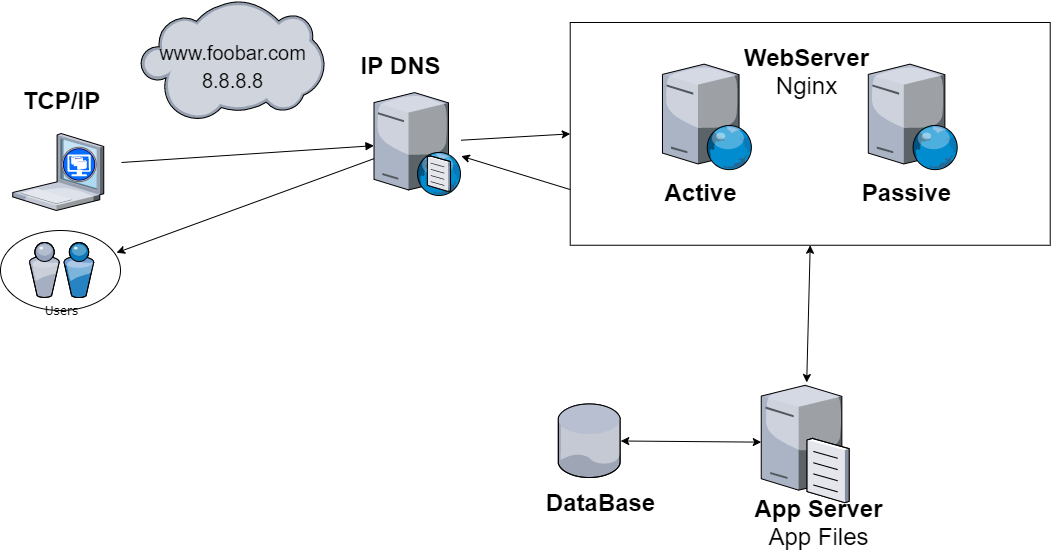
Above: 0x09-web_infrastructure_design/1-distributed_web_infrastructure.png in Leidysalda/holberton-system_engineering-devops (draw.io), before the change. Source tidied: cells renumbered, new cells last; positions are measured from the earlier drawing's top-left corner, leaving out a move shared by most shapes.
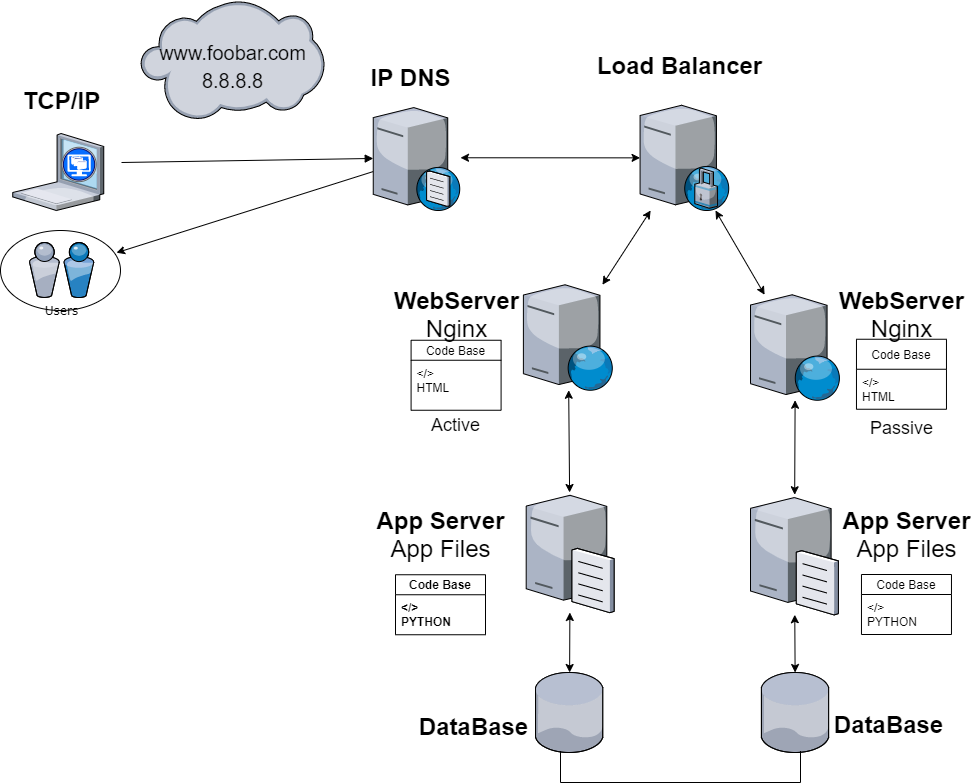
Above is the later version.

Commit message:
Add DataBase and Load Balancer

What changed in the source:
```diff
@@ -2,9 +2,6 @@
   <root>
     <mxCell id="0" />
     <mxCell id="1" parent="0" />
-    <mxCell id="2" style="rounded=0;whiteSpace=wrap;html=1;" parent="1" vertex="1">
-      <mxGeometry x="569.7" y="22" width="480" height="222.8" as="geometry" />
-    </mxCell>
     <mxCell id="3" style="ellipse;whiteSpace=wrap;html=1;" parent="1" vertex="1">
       <mxGeometry y="230" width="120" height="80" as="geometry" />
     </mxCell>
@@ -28,55 +25,112 @@
       <mxGeometry x="11" y="80" width="100" height="40" as="geometry" />
     </mxCell>
     <mxCell id="9" style="verticalLabelPosition=bottom;html=1;verticalAlign=top;strokeColor=none;align=center;outlineConnect=0;shape=mxgraph.citrix.web_server;fontColor=none;" parent="1" vertex="1">
-      <mxGeometry x="662" y="63.6" width="89.7" height="105.5" as="geometry" />
+      <mxGeometry x="522.9" y="284.2" width="89.7" height="105.5" as="geometry" />
     </mxCell>
     <mxCell id="10" style="verticalLabelPosition=bottom;html=1;verticalAlign=top;strokeColor=none;align=center;shape=mxgraph.citrix.cloud;fontColor=none;" parent="1" vertex="1">
       <mxGeometry x="140" width="183.9" height="120" as="geometry" />
     </mxCell>
     <mxCell id="11" style="verticalLabelPosition=bottom;html=1;verticalAlign=top;strokeColor=none;align=center;outlineConnect=0;shape=mxgraph.citrix.dns_server;fontColor=none;" parent="1" vertex="1">
-      <mxGeometry x="373.5" y="89.5" width="87.2" height="105.5" as="geometry" />
+      <mxGeometry x="372.8" y="104.5" width="87.2" height="105.5" as="geometry" />
     </mxCell>
     <mxCell id="12" value="IP DNS&lt;span style=&quot;color: rgba(0 , 0 , 0 , 0) ; font-family: monospace ; font-size: 0px ; font-weight: 400&quot;&gt;%3CmxGraphModel%3E%3Croot%3E%3CmxCell%20id%3D%220%22%2F%3E%3CmxCell%20id%3D%221%22%20parent%3D%220%22%2F%3E%3CmxCell%20id%3D%222%22%20value%3D%22%22%20style%3D%22endArrow%3Dclassic%3Bhtml%3D1%3BfontColor%3Dnone%3BentryX%3D0.979%3BentryY%3D1.009%3BentryDx%3D0%3BentryDy%3D0%3BentryPerimeter%3D0%3BexitX%3D0.694%3BexitY%3D0.385%3BexitDx%3D0%3BexitDy%3D0%3BexitPerimeter%3D0%3B%22%20edge%3D%221%22%20parent%3D%221%22%3E%3CmxGeometry%20width%3D%2250%22%20height%3D%2250%22%20relative%3D%221%22%20as%3D%22geometry%22%3E%3CmxPoint%20x%3D%221690.1099999999997%22%20y%3D%22180.03999999999996%22%20as%3D%22sourcePoint%22%2F%3E%3CmxPoint%20x%3D%221126.6350000000002%22%20y%3D%22153.29649999999992%22%20as%3D%22targetPoint%22%2F%3E%3C%2FmxGeometry%3E%3C%2FmxCell%3E%3C%2Froot%3E%3C%2FmxGraphModel%3E&lt;/span&gt;" style="text;strokeColor=none;fillColor=none;html=1;fontSize=24;fontStyle=1;verticalAlign=middle;align=center;" parent="1" vertex="1">
-      <mxGeometry x="350" y="45" width="100" height="40" as="geometry" />
+      <mxGeometry x="360" y="57.2" width="100" height="40" as="geometry" />
     </mxCell>
-    <mxCell id="13" style="endArrow=classic;html=1;fontColor=none;entryX=0;entryY=0.5;entryDx=0;entryDy=0;" parent="1" edge="1" source="11" target="2">
-      <mxGeometry relative="1" as="geometry" />
-    </mxCell>
     <mxCell id="14" style="verticalLabelPosition=bottom;html=1;verticalAlign=top;strokeColor=none;align=center;outlineConnect=0;shape=mxgraph.citrix.file_server;fontColor=none;" parent="1" vertex="1">
-      <mxGeometry x="760.8" y="382" width="87.8" height="120" as="geometry" />
+      <mxGeometry x="525.7" y="492" width="87.8" height="120" as="geometry" />
     </mxCell>
-    <mxCell id="15" value="App Server&lt;span style=&quot;font-weight: normal&quot;&gt;&lt;br&gt;App Files&lt;/span&gt;" style="text;strokeColor=none;fillColor=none;html=1;fontSize=24;fontStyle=1;verticalAlign=middle;align=center;" parent="1" vertex="1">
-      <mxGeometry x="767.8" y="502" width="100" height="40" as="geometry" />
-    </mxCell>
     <mxCell id="16" style="verticalLabelPosition=bottom;html=1;verticalAlign=top;strokeColor=none;align=center;outlineConnect=0;shape=mxgraph.citrix.database;fontColor=none;" parent="1" vertex="1">
-      <mxGeometry x="557.8" y="403.5" width="62.5" height="73.5" as="geometry" />
+      <mxGeometry x="535" y="672" width="68" height="80" as="geometry" />
     </mxCell>
     <mxCell id="17" style="endArrow=classic;startArrow=classic;html=1;fontColor=none;" parent="1" edge="1" source="16" target="14">
       <mxGeometry relative="1" as="geometry" />
     </mxCell>
     <mxCell id="18" value="DataBase" style="text;strokeColor=none;fillColor=none;html=1;fontSize=24;fontStyle=1;verticalAlign=middle;align=center;" parent="1" vertex="1">
-      <mxGeometry x="550" y="482" width="100" height="40" as="geometry" />
+      <mxGeometry x="422.9" y="705.5" width="100" height="40" as="geometry" />
     </mxCell>
     <mxCell id="19" value="WebServer&lt;br&gt;&lt;span style=&quot;font-weight: normal&quot;&gt;Nginx&lt;/span&gt;" style="text;strokeColor=none;fillColor=none;html=1;fontSize=24;fontStyle=1;verticalAlign=middle;align=center;" parent="1" vertex="1">
-      <mxGeometry x="755.9" y="50.9" width="100" height="40" as="geometry" />
+      <mxGeometry x="405.6" y="294.2" width="100" height="40" as="geometry" />
     </mxCell>
     <mxCell id="20" style="verticalLabelPosition=bottom;html=1;verticalAlign=top;strokeColor=none;align=center;outlineConnect=0;shape=mxgraph.citrix.web_server;fontColor=none;" parent="1" vertex="1">
-      <mxGeometry x="867.8" y="63.6" width="89.7" height="105.5" as="geometry" />
+      <mxGeometry x="750" y="294.2" width="89.7" height="105.5" as="geometry" />
     </mxCell>
     <mxCell id="21" value="&lt;span style=&quot;font-weight: normal&quot;&gt;&lt;font style=&quot;font-size: 20px&quot;&gt;www.foobar.com&lt;br&gt;8.8.8.8&lt;br&gt;&lt;/font&gt;&lt;/span&gt;" style="text;strokeColor=none;fillColor=none;html=1;fontSize=24;fontStyle=1;verticalAlign=middle;align=center;" parent="1" vertex="1">
       <mxGeometry x="181.9" y="32.8" width="100" height="64.5" as="geometry" />
     </mxCell>
-    <mxCell id="22" style="endArrow=classic;startArrow=classic;html=1;entryX=0.5;entryY=1;entryDx=0;entryDy=0;" parent="1" edge="1" source="14" target="2">
-      <mxGeometry relative="1" as="geometry" />
-    </mxCell>
+    <mxCell id="24" value="&lt;font style=&quot;font-weight: normal ; font-size: 18px&quot;&gt;Passive&lt;/font&gt;" style="text;strokeColor=none;fillColor=none;html=1;fontSize=24;fontStyle=1;verticalAlign=middle;align=center;" parent="1" vertex="1">
+      <mxGeometry x="851" y="404.8" width="100" height="40" as="geometry" />
+    </mxCell>
+    <mxCell id="26" style="endArrow=classic;startArrow=classic;html=1;" parent="1" edge="1" source="11" target="30">
+      <mxGeometry relative="1" as="geometry" />
+    </mxCell>
+    <mxCell id="27" value="WebServer&lt;br&gt;&lt;span style=&quot;font-weight: normal&quot;&gt;Nginx&lt;/span&gt;" style="text;strokeColor=none;fillColor=none;html=1;fontSize=24;fontStyle=1;verticalAlign=middle;align=center;" parent="1" vertex="1">
+      <mxGeometry x="851" y="294.2" width="100" height="40" as="geometry" />
+    </mxCell>
+    <mxCell id="28" style="verticalLabelPosition=bottom;html=1;verticalAlign=top;strokeColor=none;align=center;outlineConnect=0;shape=mxgraph.citrix.file_server;fontColor=none;" parent="1" vertex="1">
+      <mxGeometry x="750" y="494.2" width="87.8" height="120" as="geometry" />
+    </mxCell>
+    <mxCell id="29" value="App Server&lt;span style=&quot;font-weight: normal&quot;&gt;&lt;br&gt;App Files&lt;/span&gt;" style="text;strokeColor=none;fillColor=none;html=1;fontSize=24;fontStyle=1;verticalAlign=middle;align=center;" parent="1" vertex="1">
+      <mxGeometry x="856" y="514.2" width="100" height="40" as="geometry" />
+    </mxCell>
+    <mxCell id="30" style="verticalLabelPosition=bottom;html=1;verticalAlign=top;strokeColor=none;align=center;outlineConnect=0;shape=mxgraph.citrix.proxy_server;" parent="1" vertex="1">
+      <mxGeometry x="639.6" y="104.8" width="89.5" height="105.2" as="geometry" />
+    </mxCell>
+    <mxCell id="31" style="endArrow=classic;startArrow=classic;html=1;" parent="1" edge="1" source="20" target="30">
+      <mxGeometry relative="1" as="geometry" />
+    </mxCell>
+    <mxCell id="32" style="endArrow=classic;startArrow=classic;html=1;" parent="1" edge="1" source="9" target="30">
+      <mxGeometry relative="1" as="geometry" />
+    </mxCell>
+    <mxCell id="33" value="Load Balancer" style="text;strokeColor=none;fillColor=none;html=1;fontSize=24;fontStyle=1;verticalAlign=middle;align=center;" parent="1" vertex="1">
+      <mxGeometry x="629" y="45" width="100" height="40" as="geometry" />
+    </mxCell>
+    <mxCell id="34" style="endArrow=classic;startArrow=classic;html=1;" parent="1" edge="1" source="14" target="9">
+      <mxGeometry relative="1" as="geometry" />
+    </mxCell>
+    <mxCell id="35" style="endArrow=classic;startArrow=classic;html=1;" parent="1" edge="1" source="28" target="20">
+      <mxGeometry relative="1" as="geometry" />
+    </mxCell>
+    <mxCell id="36" style="verticalLabelPosition=bottom;html=1;verticalAlign=top;strokeColor=none;align=center;outlineConnect=0;shape=mxgraph.citrix.database;fontColor=none;" parent="1" vertex="1">
+      <mxGeometry x="760.8" y="672" width="68" height="80" as="geometry" />
+    </mxCell>
+    <mxCell id="37" value="DataBase" style="text;strokeColor=none;fillColor=none;html=1;fontSize=24;fontStyle=1;verticalAlign=middle;align=center;" parent="1" vertex="1">
+      <mxGeometry x="837.8" y="704" width="100" height="40" as="geometry" />
+    </mxCell>
+    <mxCell id="38" style="endArrow=classic;startArrow=classic;html=1;" parent="1" edge="1" source="28" target="36">
+      <mxGeometry relative="1" as="geometry" />
+    </mxCell>
+    <mxCell id="39" value="App Server&lt;span style=&quot;font-weight: normal&quot;&gt;&lt;br&gt;App Files&lt;/span&gt;" style="text;strokeColor=none;fillColor=none;html=1;fontSize=24;fontStyle=1;verticalAlign=middle;align=center;" parent="1" vertex="1">
+      <mxGeometry x="390" y="514.2" width="100" height="40" as="geometry" />
+    </mxCell>
+    <mxCell id="40" value="Code Base" style="swimlane;fontStyle=0;horizontal=1;startSize=20;fillColor=none;" parent="1" vertex="1">
+      <mxGeometry x="861" y="574" width="90" height="60" as="geometry" />
+    </mxCell>
+    <mxCell id="41" value="&lt;/&gt;&#10;PYTHON" style="text;strokeColor=none;fillColor=none;align=left;verticalAlign=top;spacingLeft=4;spacingRight=4;overflow=hidden;" parent="40" vertex="1">
+      <mxGeometry y="20" width="90" height="40" as="geometry" />
+    </mxCell>
+    <mxCell id="42" value="Code Base" style="swimlane;fontStyle=0;horizontal=1;startSize=20;fillColor=none;" parent="1" vertex="1">
+      <mxGeometry x="410.6" y="339.8" width="90" height="70" as="geometry" />
+    </mxCell>
+    <mxCell id="43" value="&lt;/&gt;&#10;HTML" style="text;strokeColor=none;fillColor=none;align=left;verticalAlign=top;spacingLeft=4;spacingRight=4;overflow=hidden;" parent="42" vertex="1">
+      <mxGeometry y="20" width="90" height="50" as="geometry" />
+    </mxCell>
-    <mxCell id="23" value="Active" style="text;strokeColor=none;fillColor=none;html=1;fontSize=24;fontStyle=1;verticalAlign=middle;align=center;" parent="1" vertex="1">
-      <mxGeometry x="650" y="172" width="100" height="40" as="geometry" />
+    <mxCell id="23" value="&lt;font style=&quot;font-weight: normal ; font-size: 18px&quot;&gt;Active&lt;/font&gt;" style="text;strokeColor=none;fillColor=none;html=1;fontSize=24;fontStyle=1;verticalAlign=middle;align=center;" parent="1" vertex="1">
+      <mxGeometry x="404.5" y="402" width="100" height="40" as="geometry" />
     </mxCell>
-    <mxCell id="24" value="Passive" style="text;strokeColor=none;fillColor=none;html=1;fontSize=24;fontStyle=1;verticalAlign=middle;align=center;" parent="1" vertex="1">
-      <mxGeometry x="855.9" y="172" width="100" height="40" as="geometry" />
-    </mxCell>
-    <mxCell id="25" style="endArrow=classic;html=1;exitX=0;exitY=0.75;exitDx=0;exitDy=0;" parent="1" edge="1" source="2" target="11">
-      <mxGeometry relative="1" as="geometry" />
-    </mxCell>
+    <mxCell id="44" value="Code Base" style="swimlane;fontStyle=1;horizontal=1;startSize=20;fillColor=none;" parent="1" vertex="1">
+      <mxGeometry x="395" y="574.2" width="90" height="60" as="geometry" />
+    </mxCell>
+    <mxCell id="45" value="&lt;/&gt;&#10;PYTHON" style="text;strokeColor=none;fillColor=none;align=left;verticalAlign=top;spacingLeft=4;spacingRight=4;overflow=hidden;fontStyle=1;" parent="44" vertex="1">
+      <mxGeometry y="20" width="90" height="40" as="geometry" />
+    </mxCell>
+    <mxCell id="46" value="Code Base" style="swimlane;fontStyle=0;horizontal=1;startSize=30;fillColor=none;" parent="1" vertex="1">
+      <mxGeometry x="856" y="338.8" width="90" height="70" as="geometry" />
+    </mxCell>
+    <mxCell id="47" value="&lt;/&gt;&#10;HTML" style="text;strokeColor=none;fillColor=none;align=left;verticalAlign=top;spacingLeft=4;spacingRight=4;overflow=hidden;" parent="46" vertex="1">
+      <mxGeometry y="30" width="90" height="40" as="geometry" />
+    </mxCell>
+    <mxCell id="48" style="shape=partialRectangle;whiteSpace=wrap;html=1;bottom=1;right=1;left=1;top=0;fillColor=none;routingCenterX=-0.5;" parent="1" vertex="1">
+      <mxGeometry x="560" y="750.5" width="240" height="31.5" as="geometry" />
+    </mxCell>
   </root>
 </mxGraphModel>
```
